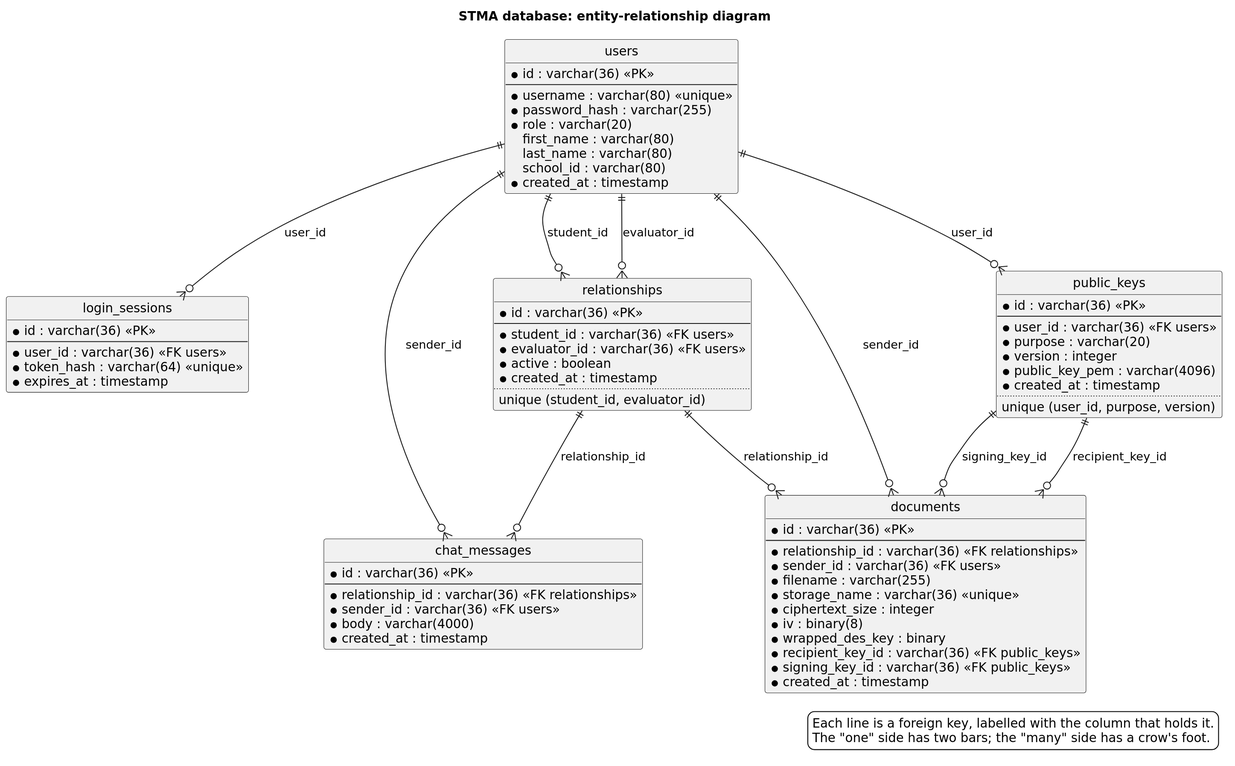
The PlantUML diagram docs/diagrams/03-database-er.svg in utku-helvaci/CMPE455, before a commit. The source it was exported from:
```plantuml
@startuml
skinparam dpi 150
skinparam shadowing false
skinparam backgroundColor white
skinparam defaultFontName DejaVu Sans
skinparam nodesep 70
skinparam ranksep 70
hide circle
hide methods
title STMA database: entity-relationship diagram

entity users {
  * id : varchar(36) <<PK>>
  --
  * username : varchar(80) <<unique>>
  * password_hash : varchar(255)
  * role : varchar(20)
  first_name : varchar(80)
  last_name : varchar(80)
  school_id : varchar(80)
  * created_at : timestamp
}

entity login_sessions {
  * id : varchar(36) <<PK>>
  --
  * user_id : varchar(36) <<FK users>>
  * token_hash : varchar(64) <<unique>>
  * expires_at : timestamp
}

entity relationships {
  * id : varchar(36) <<PK>>
  --
  * student_id : varchar(36) <<FK users>>
  * evaluator_id : varchar(36) <<FK users>>
  * active : boolean
  * created_at : timestamp
  ..
  unique (student_id, evaluator_id)
}

entity public_keys {
  * id : varchar(36) <<PK>>
  --
  * user_id : varchar(36) <<FK users>>
  * purpose : varchar(20)
  * version : integer
  * public_key_pem : varchar(4096)
  * created_at : timestamp
  ..
  unique (user_id, purpose, version)
}

entity chat_messages {
  * id : varchar(36) <<PK>>
  --
  * relationship_id : varchar(36) <<FK relationships>>
  * sender_id : varchar(36) <<FK users>>
  * body : varchar(4000)
  * created_at : timestamp
}

entity documents {
  * id : varchar(36) <<PK>>
  --
  * relationship_id : varchar(36) <<FK relationships>>
  * sender_id : varchar(36) <<FK users>>
  * filename : varchar(255)
  * storage_name : varchar(36) <<unique>>
  * ciphertext_size : integer
  * iv : binary(8)
  * wrapped_des_key : binary
  * recipient_key_id : varchar(36) <<FK public_keys>>
  * signing_key_id : varchar(36) <<FK public_keys>>
  * created_at : timestamp
}

users ||--o{ login_sessions : "user_id"
users ||--o{ public_keys : "user_id"
users ||--o{ relationships : "student_id"
users ||--o{ relationships : "evaluator_id"
relationships ||--o{ chat_messages : "relationship_id"
relationships ||--o{ documents : "relationship_id"
users ||--o{ chat_messages : "sender_id"
users ||--o{ documents : "sender_id"
public_keys ||--o{ documents : "recipient_key_id"
public_keys ||--o{ documents : "signing_key_id"

legend bottom right
  Each line is a foreign key, labelled with the column that holds it.
  The "one" side has two bars; the "many" side has a crow's foot.
endlegend
@enduml
```
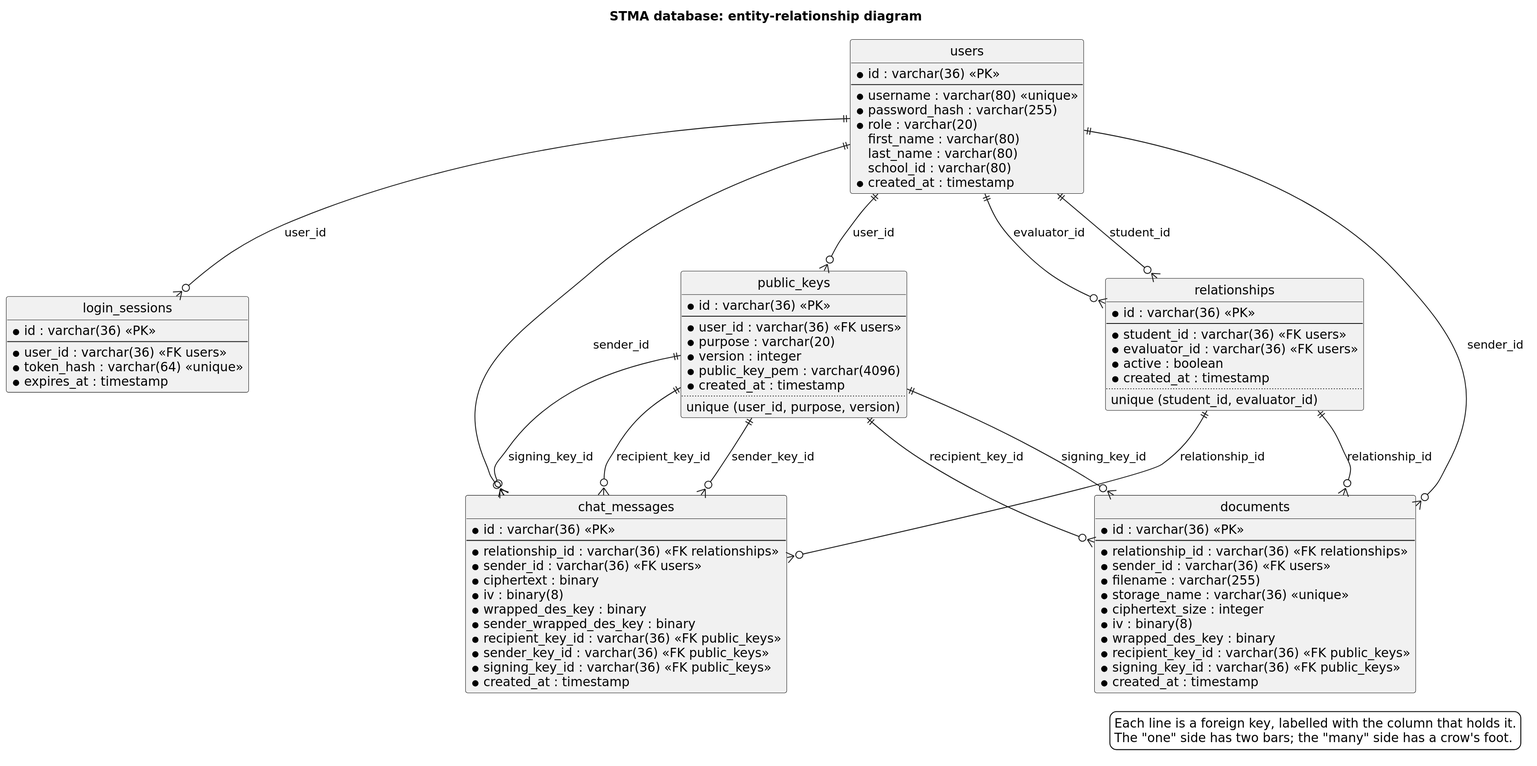
The same file after the commit.

Change to the diagram source:
```diff
@@ -57,7 +57,13 @@
   --
   * relationship_id : varchar(36) <<FK relationships>>
   * sender_id : varchar(36) <<FK users>>
-  * body : varchar(4000)
+  * ciphertext : binary
+  * iv : binary(8)
+  * wrapped_des_key : binary
+  * sender_wrapped_des_key : binary
+  * recipient_key_id : varchar(36) <<FK public_keys>>
+  * sender_key_id : varchar(36) <<FK public_keys>>
+  * signing_key_id : varchar(36) <<FK public_keys>>
   * created_at : timestamp
 }
 
@@ -86,6 +92,9 @@
 users ||--o{ documents : "sender_id"
 public_keys ||--o{ documents : "recipient_key_id"
 public_keys ||--o{ documents : "signing_key_id"
+public_keys ||--o{ chat_messages : "recipient_key_id"
+public_keys ||--o{ chat_messages : "sender_key_id"
+public_keys ||--o{ chat_messages : "signing_key_id"
 
 legend bottom right
   Each line is a foreign key, labelled with the column that holds it.
```
